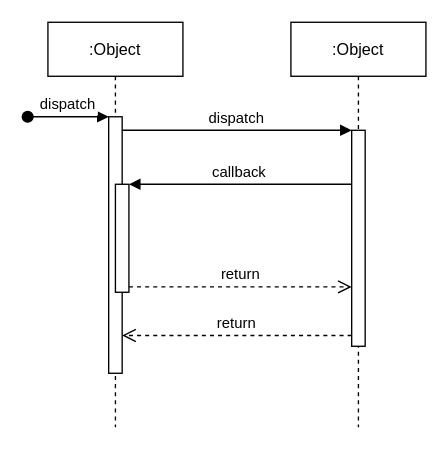
Before: Untitled Diagram.drawio in nguyendu11a2/TADA_DIAGRAM, a draw.io diagram. Source tidied: cells renumbered, new cells numbered last; positions are measured from the earlier drawing's top-left corner, leaving out a move shared by most shapes. Both pictures are drawn from the tidied source at 135%, with x=0, y=0 at pixel (27, 22).
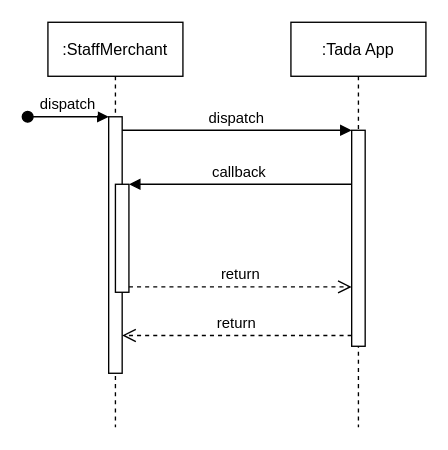
The same diagram, later.

What changed in the source:
```diff
@@
 <mxGraphModel>
   <root>
     <mxCell id="0" />
     <mxCell id="1" parent="0" />
-    <mxCell id="2" value=":Object" style="shape=umlLifeline;perimeter=lifelinePerimeter;rounded=0;shadow=0;strokeWidth=1;" parent="1" vertex="1">
+    <mxCell id="2" value=":StaffMerchant" style="shape=umlLifeline;perimeter=lifelinePerimeter;rounded=0;shadow=0;strokeWidth=1;" parent="1" vertex="1">
       <mxGeometry x="15" width="100" height="300" as="geometry" />
     </mxCell>
     <mxCell id="3" style="points=[];perimeter=orthogonalPerimeter;rounded=0;shadow=0;strokeWidth=1;" parent="2" vertex="1">
       <mxGeometry x="45" y="70" width="10" height="190" as="geometry" />
     </mxCell>
     <mxCell id="4" value="dispatch" style="verticalAlign=bottom;startArrow=oval;endArrow=block;startSize=8;shadow=0;strokeWidth=1;" parent="2" edge="1" target="3">
       <mxGeometry relative="1" as="geometry">
         <mxPoint x="-15" y="70" as="sourcePoint" />
       </mxGeometry>
     </mxCell>
     <mxCell id="5" style="points=[];perimeter=orthogonalPerimeter;rounded=0;shadow=0;strokeWidth=1;" parent="2" vertex="1">
       <mxGeometry x="50" y="120" width="10" height="80" as="geometry" />
     </mxCell>
-    <mxCell id="6" value=":Object" style="shape=umlLifeline;perimeter=lifelinePerimeter;rounded=0;shadow=0;strokeWidth=1;" parent="1" vertex="1">
+    <mxCell id="6" value=":Tada App" style="shape=umlLifeline;perimeter=lifelinePerimeter;rounded=0;shadow=0;strokeWidth=1;" parent="1" vertex="1">
       <mxGeometry x="195" width="100" height="300" as="geometry" />
     </mxCell>
     <mxCell id="7" style="points=[];perimeter=orthogonalPerimeter;rounded=0;shadow=0;strokeWidth=1;" parent="6" vertex="1">
       <mxGeometry x="45" y="80" width="10" height="160" as="geometry" />
     </mxCell>
     <mxCell id="8" value="return" style="verticalAlign=bottom;endArrow=open;dashed=1;endSize=8;exitX=0;exitY=0.95;shadow=0;strokeWidth=1;" parent="1" edge="1" source="7" target="3">
       <mxGeometry relative="1" as="geometry" />
     </mxCell>
     <mxCell id="9" value="dispatch" style="verticalAlign=bottom;endArrow=block;entryX=0;entryY=0;shadow=0;strokeWidth=1;" parent="1" edge="1" source="3" target="7">
       <mxGeometry relative="1" as="geometry" />
     </mxCell>
     <mxCell id="10" value="callback" style="verticalAlign=bottom;endArrow=block;entryX=1;entryY=0;shadow=0;strokeWidth=1;" parent="1" edge="1" source="7" target="5">
       <mxGeometry relative="1" as="geometry" />
     </mxCell>
     <mxCell id="11" value="return" style="verticalAlign=bottom;endArrow=open;dashed=1;endSize=8;exitX=1;exitY=0.95;shadow=0;strokeWidth=1;" parent="1" edge="1" source="5" target="7">
       <mxGeometry relative="1" as="geometry" />
     </mxCell>
   </root>
 </mxGraphModel>
```
